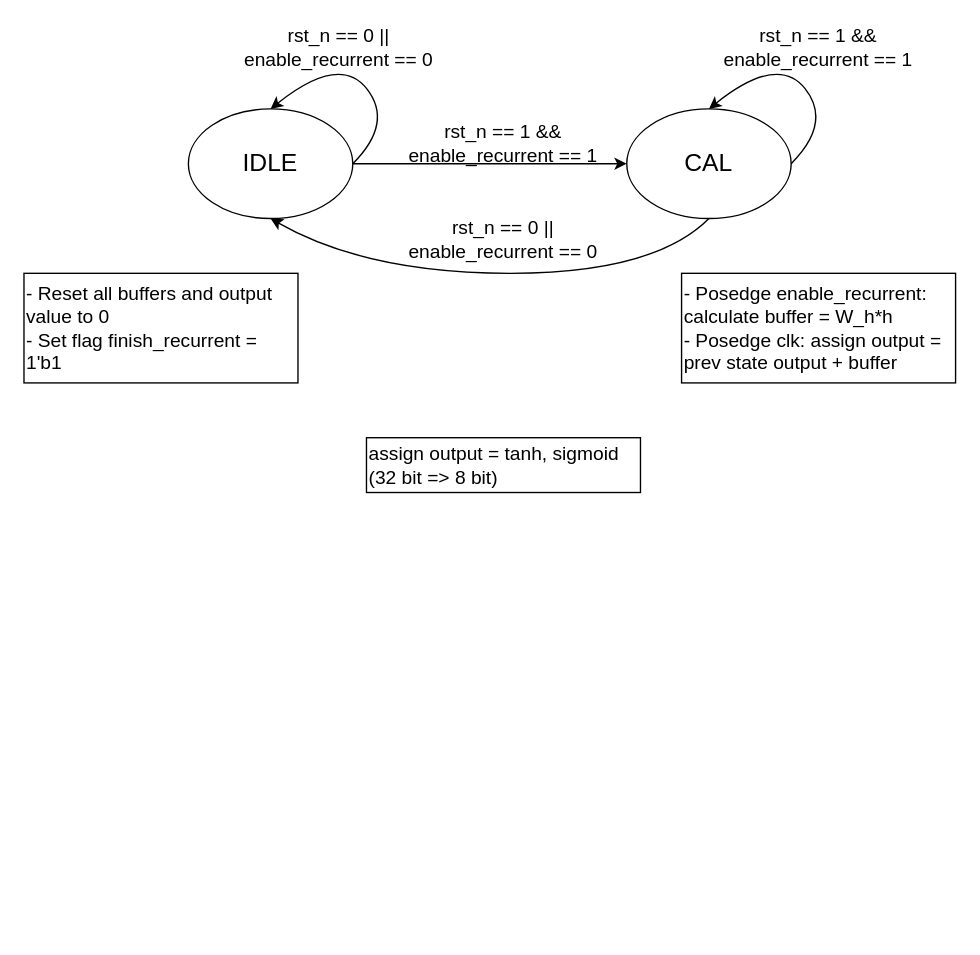
This is page "CAL_RECURRENT state" (8 of 10) of doc/LSTMAccelerator.drawio from newfrogg/LSTMAccelerator, a draw.io file, before an edit. Source tidied: cells renumbered, new cells numbered last; positions are measured from the earlier drawing's top-left corner, leaving out a move shared by most shapes. Both pictures are drawn from the tidied source at 137%, with x=0, y=0 at pixel (23, 26).
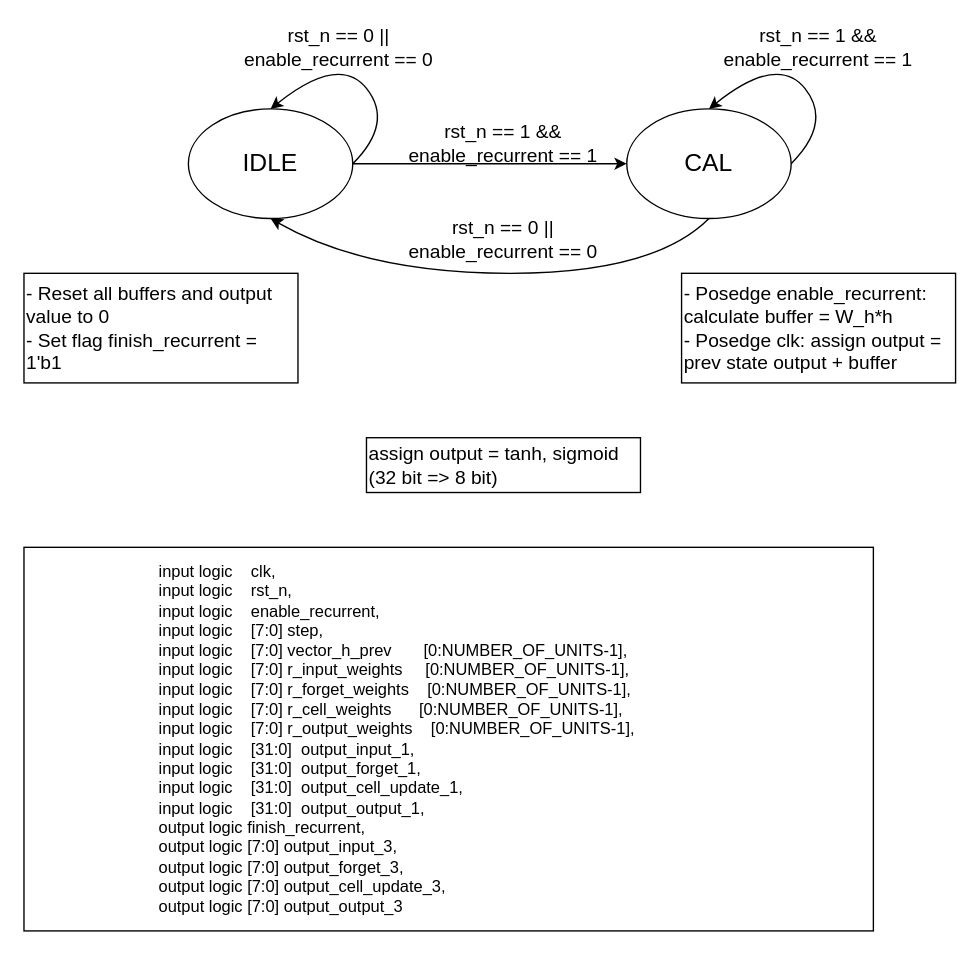
The same page after the edit.

Change to the diagram source:
```diff
@@
+    <mxCell id="15" value="&lt;div&gt;&lt;span style=&quot;white-space: pre;&quot;&gt;&#9;&lt;/span&gt;&lt;span style=&quot;white-space: pre;&quot;&gt;&#9;&lt;/span&gt;&amp;nbsp;&lt;span style=&quot;white-space: pre;&quot;&gt;&#9;&lt;/span&gt;&amp;nbsp; &amp;nbsp; &amp;nbsp;input logic&amp;nbsp; &amp;nbsp; clk,&lt;/div&gt;&lt;div&gt;&amp;nbsp; &amp;nbsp; &amp;nbsp; &amp;nbsp; &amp;nbsp; &amp;nbsp; &amp;nbsp; &amp;nbsp; &amp;nbsp; &amp;nbsp; &amp;nbsp; &amp;nbsp; &amp;nbsp; &amp;nbsp; &amp;nbsp;input logic&amp;nbsp; &amp;nbsp; rst_n,&lt;/div&gt;&lt;div&gt;&amp;nbsp; &amp;nbsp; &amp;nbsp; &amp;nbsp; &amp;nbsp; &amp;nbsp; &amp;nbsp; &amp;nbsp; &amp;nbsp; &amp;nbsp; &amp;nbsp; &amp;nbsp; &amp;nbsp; &amp;nbsp; &amp;nbsp;input logic&amp;nbsp; &amp;nbsp; enable_recurrent,&lt;/div&gt;&lt;div&gt;&amp;nbsp; &amp;nbsp; &amp;nbsp; &amp;nbsp; &amp;nbsp; &amp;nbsp; &amp;nbsp; &amp;nbsp; &amp;nbsp; &amp;nbsp; &amp;nbsp; &amp;nbsp; &amp;nbsp; &amp;nbsp; &amp;nbsp;input logic&amp;nbsp; &amp;nbsp; [7:0] step,&lt;/div&gt;&lt;div&gt;&amp;nbsp; &amp;nbsp; &amp;nbsp; &amp;nbsp; &amp;nbsp; &amp;nbsp; &amp;nbsp; &amp;nbsp; &amp;nbsp; &amp;nbsp; &amp;nbsp; &amp;nbsp; &amp;nbsp; &amp;nbsp; &amp;nbsp;input logic&amp;nbsp; &amp;nbsp; [7:0] vector_h_prev&amp;nbsp; &amp;nbsp; &amp;nbsp; &amp;nbsp;[0:NUMBER_OF_UNITS-1],&lt;/div&gt;&lt;div&gt;&amp;nbsp; &amp;nbsp; &amp;nbsp; &amp;nbsp; &amp;nbsp; &amp;nbsp; &amp;nbsp; &amp;nbsp; &amp;nbsp; &amp;nbsp; &amp;nbsp; &amp;nbsp; &amp;nbsp; &amp;nbsp; &amp;nbsp;input logic&amp;nbsp; &amp;nbsp; [7:0] r_input_weights&amp;nbsp; &amp;nbsp; &amp;nbsp;[0:NUMBER_OF_UNITS-1],&lt;/div&gt;&lt;div&gt;&amp;nbsp; &amp;nbsp; &amp;nbsp; &amp;nbsp; &amp;nbsp; &amp;nbsp; &amp;nbsp; &amp;nbsp; &amp;nbsp; &amp;nbsp; &amp;nbsp; &amp;nbsp; &amp;nbsp; &amp;nbsp; &amp;nbsp;input logic&amp;nbsp; &amp;nbsp; [7:0] r_forget_weights&amp;nbsp; &amp;nbsp; [0:NUMBER_OF_UNITS-1],&lt;/div&gt;&lt;div&gt;&amp;nbsp; &amp;nbsp; &amp;nbsp; &amp;nbsp; &amp;nbsp; &amp;nbsp; &amp;nbsp; &amp;nbsp; &amp;nbsp; &amp;nbsp; &amp;nbsp; &amp;nbsp; &amp;nbsp; &amp;nbsp; &amp;nbsp;input logic&amp;nbsp; &amp;nbsp; [7:0] r_cell_weights&amp;nbsp; &amp;nbsp; &amp;nbsp; [0:NUMBER_OF_UNITS-1],&lt;/div&gt;&lt;div&gt;&amp;nbsp; &amp;nbsp; &amp;nbsp; &amp;nbsp; &amp;nbsp; &amp;nbsp; &amp;nbsp; &amp;nbsp; &amp;nbsp; &amp;nbsp; &amp;nbsp; &amp;nbsp; &amp;nbsp; &amp;nbsp; &amp;nbsp;input logic&amp;nbsp; &amp;nbsp; [7:0] r_output_weights&amp;nbsp; &amp;nbsp; [0:NUMBER_OF_UNITS-1],&lt;/div&gt;&lt;div&gt;&amp;nbsp; &amp;nbsp; &amp;nbsp; &amp;nbsp; &amp;nbsp; &amp;nbsp; &amp;nbsp; &amp;nbsp; &amp;nbsp; &amp;nbsp; &amp;nbsp; &amp;nbsp; &amp;nbsp; &amp;nbsp; &amp;nbsp;input logic&amp;nbsp; &amp;nbsp; [31:0]&amp;nbsp; output_input_1,&lt;/div&gt;&lt;div&gt;&amp;nbsp; &amp;nbsp; &amp;nbsp; &amp;nbsp; &amp;nbsp; &amp;nbsp; &amp;nbsp; &amp;nbsp; &amp;nbsp; &amp;nbsp; &amp;nbsp; &amp;nbsp; &amp;nbsp; &amp;nbsp; &amp;nbsp;input logic&amp;nbsp; &amp;nbsp; [31:0]&amp;nbsp; output_forget_1,&lt;/div&gt;&lt;div&gt;&amp;nbsp; &amp;nbsp; &amp;nbsp; &amp;nbsp; &amp;nbsp; &amp;nbsp; &amp;nbsp; &amp;nbsp; &amp;nbsp; &amp;nbsp; &amp;nbsp; &amp;nbsp; &amp;nbsp; &amp;nbsp; &amp;nbsp;input logic&amp;nbsp; &amp;nbsp; [31:0]&amp;nbsp; output_cell_update_1,&lt;/div&gt;&lt;div&gt;&amp;nbsp; &amp;nbsp; &amp;nbsp; &amp;nbsp; &amp;nbsp; &amp;nbsp; &amp;nbsp; &amp;nbsp; &amp;nbsp; &amp;nbsp; &amp;nbsp; &amp;nbsp; &amp;nbsp; &amp;nbsp; &amp;nbsp;input logic&amp;nbsp; &amp;nbsp; [31:0]&amp;nbsp; output_output_1,&lt;/div&gt;&lt;div&gt;&amp;nbsp; &amp;nbsp; &amp;nbsp; &amp;nbsp; &amp;nbsp; &amp;nbsp; &amp;nbsp; &amp;nbsp; &amp;nbsp; &amp;nbsp; &amp;nbsp; &amp;nbsp; &amp;nbsp; &amp;nbsp; &amp;nbsp;output logic finish_recurrent,&lt;/div&gt;&lt;div&gt;&amp;nbsp; &amp;nbsp; &amp;nbsp; &amp;nbsp; &amp;nbsp; &amp;nbsp; &amp;nbsp; &amp;nbsp; &amp;nbsp; &amp;nbsp; &amp;nbsp; &amp;nbsp; &amp;nbsp; &amp;nbsp; &amp;nbsp;output logic [7:0] output_input_3,&lt;/div&gt;&lt;div&gt;&amp;nbsp; &amp;nbsp; &amp;nbsp; &amp;nbsp; &amp;nbsp; &amp;nbsp; &amp;nbsp; &amp;nbsp; &amp;nbsp; &amp;nbsp; &amp;nbsp; &amp;nbsp; &amp;nbsp; &amp;nbsp; &amp;nbsp;output logic [7:0] output_forget_3,&lt;/div&gt;&lt;div&gt;&amp;nbsp; &amp;nbsp; &amp;nbsp; &amp;nbsp; &amp;nbsp; &amp;nbsp; &amp;nbsp; &amp;nbsp; &amp;nbsp; &amp;nbsp; &amp;nbsp; &amp;nbsp; &amp;nbsp; &amp;nbsp; &amp;nbsp;output logic [7:0] output_cell_update_3,&lt;/div&gt;&lt;div&gt;&amp;nbsp; &amp;nbsp; &amp;nbsp; &amp;nbsp; &amp;nbsp; &amp;nbsp; &amp;nbsp; &amp;nbsp; &amp;nbsp; &amp;nbsp; &amp;nbsp; &amp;nbsp; &amp;nbsp; &amp;nbsp; &amp;nbsp;output logic [7:0] output_output_3&lt;/div&gt;" style="rounded=0;whiteSpace=wrap;html=1;align=left;" parent="1" vertex="1">
+      <mxGeometry y="380" width="620" height="280" as="geometry" />
+    </mxCell>
```
